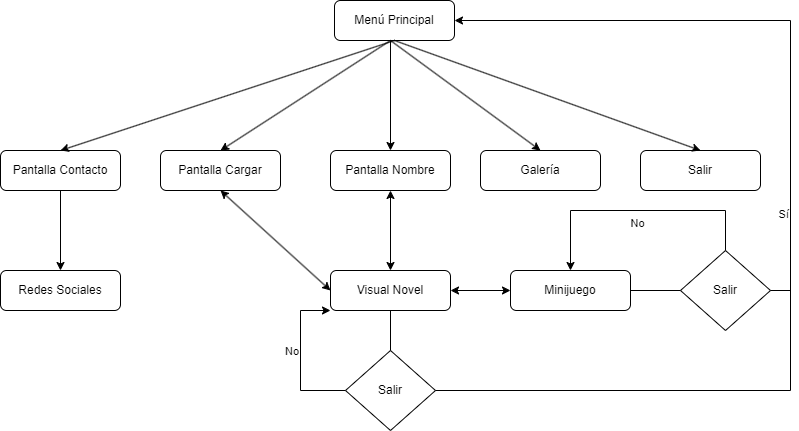
Above: Images/DiagramaFlujos.png in SilverTalesStudio/A_Flowers_Dream_GDD (draw.io), before the change. Source tidied: cells renumbered, new cells last; positions are measured from the earlier drawing's top-left corner, leaving out a move shared by most shapes. The source it was exported from:
```xml
<mxGraphModel>
  <root>
    <mxCell id="0" />
    <mxCell id="1" parent="0" />
    <mxCell id="2" value="Menú Principal" style="rounded=1;whiteSpace=wrap;html=1;fontSize=12;glass=0;strokeWidth=1;shadow=0;" parent="1" vertex="1">
      <mxGeometry x="334" width="120" height="40" as="geometry" />
    </mxCell>
    <mxCell id="3" value="Pantalla Contacto" style="rounded=1;whiteSpace=wrap;html=1;fontSize=12;glass=0;strokeWidth=1;shadow=0;" parent="1" vertex="1">
      <mxGeometry y="150" width="120" height="40" as="geometry" />
    </mxCell>
    <mxCell id="4" value="Pantalla Cargar" style="rounded=1;whiteSpace=wrap;html=1;fontSize=12;glass=0;strokeWidth=1;shadow=0;" parent="1" vertex="1">
      <mxGeometry x="160" y="150" width="120" height="40" as="geometry" />
    </mxCell>
    <mxCell id="5" value="Pantalla Nombre" style="rounded=1;whiteSpace=wrap;html=1;fontSize=12;glass=0;strokeWidth=1;shadow=0;" parent="1" vertex="1">
      <mxGeometry x="330" y="150" width="120" height="40" as="geometry" />
    </mxCell>
    <mxCell id="6" value="Galería" style="rounded=1;whiteSpace=wrap;html=1;fontSize=12;glass=0;strokeWidth=1;shadow=0;" parent="1" vertex="1">
      <mxGeometry x="480" y="150" width="120" height="40" as="geometry" />
    </mxCell>
    <mxCell id="7" value="Salir" style="rounded=1;whiteSpace=wrap;html=1;fontSize=12;glass=0;strokeWidth=1;shadow=0;" parent="1" vertex="1">
      <mxGeometry x="640" y="150" width="120" height="40" as="geometry" />
    </mxCell>
    <mxCell id="8" style="endArrow=classic;html=1;rounded=0;entryX=0.5;entryY=0;entryDx=0;entryDy=0;" parent="1" edge="1" target="4">
      <mxGeometry relative="1" as="geometry">
        <mxPoint x="390" y="40" as="sourcePoint" />
      </mxGeometry>
    </mxCell>
    <mxCell id="9" style="endArrow=classic;html=1;rounded=0;entryX=0.5;entryY=0;entryDx=0;entryDy=0;exitX=0.5;exitY=1;exitDx=0;exitDy=0;" parent="1" edge="1" source="2" target="3">
      <mxGeometry relative="1" as="geometry" />
    </mxCell>
    <mxCell id="10" style="endArrow=classic;html=1;rounded=0;entryX=0.5;entryY=0;entryDx=0;entryDy=0;" parent="1" edge="1" target="5">
      <mxGeometry relative="1" as="geometry">
        <mxPoint x="390" y="40" as="sourcePoint" />
      </mxGeometry>
    </mxCell>
    <mxCell id="11" style="endArrow=classic;html=1;rounded=0;entryX=0.5;entryY=0;entryDx=0;entryDy=0;endFill=1;" parent="1" edge="1" target="6">
      <mxGeometry relative="1" as="geometry">
        <mxPoint x="390" y="40" as="sourcePoint" />
      </mxGeometry>
    </mxCell>
    <mxCell id="12" style="endArrow=classic;html=1;rounded=0;exitX=0.5;exitY=1;exitDx=0;exitDy=0;entryX=0.5;entryY=0;entryDx=0;entryDy=0;" parent="1" edge="1" source="2" target="7">
      <mxGeometry relative="1" as="geometry" />
    </mxCell>
    <mxCell id="13" value="Visual Novel" style="rounded=1;whiteSpace=wrap;html=1;fontSize=12;glass=0;strokeWidth=1;shadow=0;" parent="1" vertex="1">
      <mxGeometry x="330" y="270" width="120" height="40" as="geometry" />
    </mxCell>
    <mxCell id="14" style="endArrow=classic;startArrow=classic;html=1;rounded=0;exitX=0;exitY=0.5;exitDx=0;exitDy=0;entryX=0.5;entryY=1;entryDx=0;entryDy=0;" parent="1" edge="1" source="13" target="4">
      <mxGeometry relative="1" as="geometry" />
    </mxCell>
    <mxCell id="15" style="endArrow=classic;startArrow=classic;html=1;rounded=0;exitX=0.5;exitY=0;exitDx=0;exitDy=0;entryX=0.5;entryY=1;entryDx=0;entryDy=0;" parent="1" edge="1" source="13" target="5">
      <mxGeometry relative="1" as="geometry" />
    </mxCell>
    <mxCell id="16" style="endArrow=classic;html=1;rounded=0;exitX=0.5;exitY=1;exitDx=0;exitDy=0;" parent="1" edge="1" source="3">
      <mxGeometry relative="1" as="geometry">
        <mxPoint x="60" y="270" as="targetPoint" />
      </mxGeometry>
    </mxCell>
    <mxCell id="17" value="Redes Sociales" style="rounded=1;whiteSpace=wrap;html=1;fontSize=12;glass=0;strokeWidth=1;shadow=0;" parent="1" vertex="1">
      <mxGeometry y="270" width="120" height="40" as="geometry" />
    </mxCell>
    <mxCell id="18" value="Salir" style="rhombus;whiteSpace=wrap;html=1;" parent="1" vertex="1">
      <mxGeometry x="345" y="350" width="90" height="80" as="geometry" />
    </mxCell>
    <mxCell id="19" style="endArrow=none;html=1;rounded=0;exitX=0.5;exitY=1;exitDx=0;exitDy=0;" parent="1" edge="1" source="13" target="18">
      <mxGeometry relative="1" as="geometry" />
    </mxCell>
    <mxCell id="20" value="Sí" style="endArrow=classic;html=1;rounded=0;labelBorderColor=none;exitX=1;exitY=0.5;exitDx=0;exitDy=0;verticalAlign=middle;entryX=1;entryY=0.5;entryDx=0;entryDy=0;labelPosition=left;verticalLabelPosition=middle;align=right;" parent="1" edge="1" source="18" target="2">
      <mxGeometry relative="1" as="geometry">
        <Array as="points">
          <mxPoint x="790" y="390" />
          <mxPoint x="790" y="20" />
        </Array>
      </mxGeometry>
    </mxCell>
    <mxCell id="21" value="No" style="endArrow=classic;html=1;rounded=0;labelBorderColor=none;exitX=0;exitY=0.5;exitDx=0;exitDy=0;verticalAlign=bottom;entryX=0;entryY=1;entryDx=0;entryDy=0;labelPosition=left;verticalLabelPosition=middle;align=right;" parent="1" edge="1" source="18" target="13">
      <mxGeometry x="-0.03" relative="1" as="geometry">
        <Array as="points">
          <mxPoint x="300" y="390" />
          <mxPoint x="300" y="310" />
        </Array>
      </mxGeometry>
    </mxCell>
    <mxCell id="22" value="Minijuego" style="rounded=1;whiteSpace=wrap;html=1;fontSize=12;glass=0;strokeWidth=1;shadow=0;" parent="1" vertex="1">
      <mxGeometry x="510" y="270" width="120" height="40" as="geometry" />
    </mxCell>
    <mxCell id="23" style="endArrow=classic;startArrow=classic;html=1;rounded=0;labelBorderColor=none;exitX=1;exitY=0.5;exitDx=0;exitDy=0;entryX=0;entryY=0.5;entryDx=0;entryDy=0;" parent="1" edge="1" source="13" target="22">
      <mxGeometry relative="1" as="geometry" />
    </mxCell>
    <mxCell id="24" value="Salir" style="rhombus;whiteSpace=wrap;html=1;" parent="1" vertex="1">
      <mxGeometry x="680" y="250" width="90" height="80" as="geometry" />
    </mxCell>
    <mxCell id="25" style="endArrow=none;html=1;rounded=0;labelBorderColor=none;entryX=1;entryY=0.5;entryDx=0;entryDy=0;" parent="1" edge="1">
      <mxGeometry relative="1" as="geometry">
        <mxPoint x="790" y="290" as="sourcePoint" />
        <mxPoint x="770" y="290" as="targetPoint" />
      </mxGeometry>
    </mxCell>
    <mxCell id="26" value="No" style="endArrow=classic;html=1;rounded=0;labelBorderColor=none;entryX=0.5;entryY=0;entryDx=0;entryDy=0;exitX=0.5;exitY=0;exitDx=0;exitDy=0;verticalAlign=top;" parent="1" edge="1" source="24" target="22">
      <mxGeometry relative="1" as="geometry">
        <Array as="points">
          <mxPoint x="725" y="210" />
          <mxPoint x="570" y="210" />
        </Array>
      </mxGeometry>
    </mxCell>
    <mxCell id="27" style="endArrow=none;html=1;rounded=0;labelBorderColor=none;entryX=1;entryY=0.5;entryDx=0;entryDy=0;exitX=0;exitY=0.5;exitDx=0;exitDy=0;" parent="1" edge="1" target="22">
      <mxGeometry relative="1" as="geometry">
        <mxPoint x="680" y="290" as="sourcePoint" />
      </mxGeometry>
    </mxCell>
  </root>
</mxGraphModel>
```
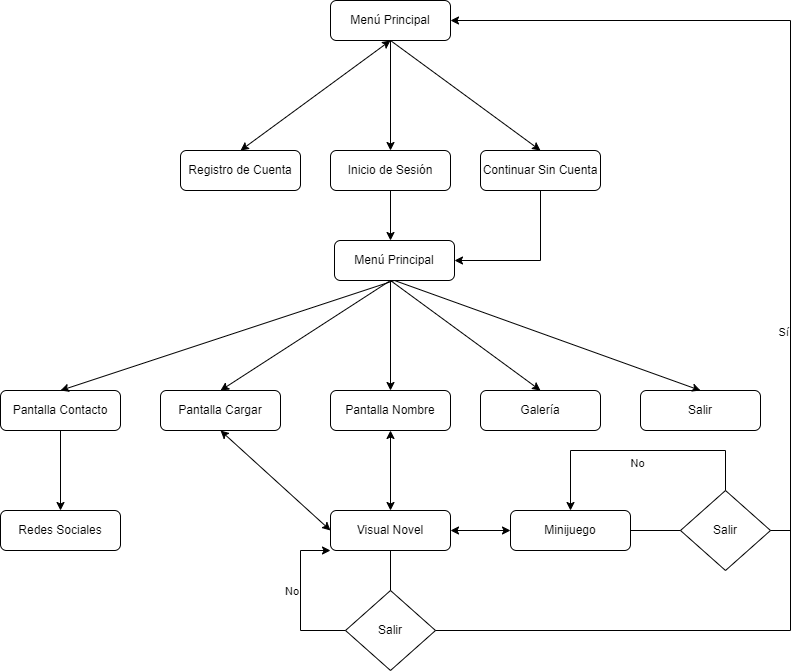
Above is the later version.

Commit message:
nuevo diagrama flujos

What changed in the source:
```diff
@@ -64,11 +64,11 @@
     <mxCell id="19" style="endArrow=none;html=1;rounded=0;exitX=0.5;exitY=1;exitDx=0;exitDy=0;" parent="1" edge="1" source="13" target="18">
       <mxGeometry relative="1" as="geometry" />
     </mxCell>
-    <mxCell id="20" value="Sí" style="endArrow=classic;html=1;rounded=0;labelBorderColor=none;exitX=1;exitY=0.5;exitDx=0;exitDy=0;verticalAlign=middle;entryX=1;entryY=0.5;entryDx=0;entryDy=0;labelPosition=left;verticalLabelPosition=middle;align=right;" parent="1" edge="1" source="18" target="2">
+    <mxCell id="20" value="Sí" style="endArrow=classic;html=1;rounded=0;labelBorderColor=none;exitX=1;exitY=0.5;exitDx=0;exitDy=0;verticalAlign=middle;entryX=1;entryY=0.5;entryDx=0;entryDy=0;labelPosition=left;verticalLabelPosition=middle;align=right;" parent="1" edge="1" source="18" target="32">
       <mxGeometry relative="1" as="geometry">
         <Array as="points">
           <mxPoint x="790" y="390" />
-          <mxPoint x="790" y="20" />
+          <mxPoint x="790" y="-220" />
         </Array>
       </mxGeometry>
     </mxCell>
@@ -108,5 +108,37 @@
         <mxPoint x="680" y="290" as="sourcePoint" />
       </mxGeometry>
     </mxCell>
+    <mxCell id="28" style="edgeStyle=orthogonalEdgeStyle;rounded=0;jettySize=auto;html=1;" parent="1" edge="1" source="32" target="35">
+      <mxGeometry relative="1" as="geometry" />
+    </mxCell>
+    <mxCell id="29" style="rounded=0;jettySize=auto;html=1;exitX=0.5;exitY=1;exitDx=0;exitDy=0;entryX=0.5;entryY=0;entryDx=0;entryDy=0;" parent="1" edge="1" source="32" target="37">
+      <mxGeometry relative="1" as="geometry" />
+    </mxCell>
+    <mxCell id="30" style="rounded=0;jettySize=auto;html=1;exitX=0.5;exitY=1;exitDx=0;exitDy=0;entryX=0.5;entryY=0;entryDx=0;entryDy=0;endArrow=classic;endFill=1;strokeColor=none;startArrow=classic;startFill=1;" parent="1" edge="1" source="32" target="33">
+      <mxGeometry relative="1" as="geometry" />
+    </mxCell>
+    <mxCell id="31" style="edgeStyle=none;rounded=0;jettySize=auto;html=1;exitX=0.5;exitY=1;exitDx=0;exitDy=0;entryX=0.5;entryY=0;entryDx=0;entryDy=0;startArrow=classic;startFill=1;endArrow=classic;endFill=1;" parent="1" edge="1" source="32" target="33">
+      <mxGeometry relative="1" as="geometry" />
+    </mxCell>
+    <mxCell id="32" value="Menú Principal" style="rounded=1;whiteSpace=wrap;html=1;fontSize=12;glass=0;strokeWidth=1;shadow=0;" parent="1" vertex="1">
+      <mxGeometry x="330" y="-240" width="120" height="40" as="geometry" />
+    </mxCell>
+    <mxCell id="33" value="Registro de Cuenta" style="rounded=1;whiteSpace=wrap;html=1;fontSize=12;glass=0;strokeWidth=1;shadow=0;" parent="1" vertex="1">
+      <mxGeometry x="180" y="-90" width="120" height="40" as="geometry" />
+    </mxCell>
+    <mxCell id="34" style="edgeStyle=orthogonalEdgeStyle;rounded=0;jettySize=auto;html=1;exitX=0.5;exitY=1;exitDx=0;exitDy=0;" parent="1" edge="1" source="35">
+      <mxGeometry relative="1" as="geometry">
+        <mxPoint x="390" as="targetPoint" />
+      </mxGeometry>
+    </mxCell>
+    <mxCell id="35" value="Inicio de Sesión" style="rounded=1;whiteSpace=wrap;html=1;fontSize=12;glass=0;strokeWidth=1;shadow=0;" parent="1" vertex="1">
+      <mxGeometry x="330" y="-90" width="120" height="40" as="geometry" />
+    </mxCell>
+    <mxCell id="36" style="edgeStyle=orthogonalEdgeStyle;rounded=0;jettySize=auto;html=1;exitX=0.5;exitY=1;exitDx=0;exitDy=0;entryX=1;entryY=0.5;entryDx=0;entryDy=0;" parent="1" edge="1" source="37" target="2">
+      <mxGeometry relative="1" as="geometry" />
+    </mxCell>
+    <mxCell id="37" value="Continuar Sin Cuenta" style="rounded=1;whiteSpace=wrap;html=1;fontSize=12;glass=0;strokeWidth=1;shadow=0;" parent="1" vertex="1">
+      <mxGeometry x="480" y="-90" width="120" height="40" as="geometry" />
+    </mxCell>
   </root>
 </mxGraphModel>
```
